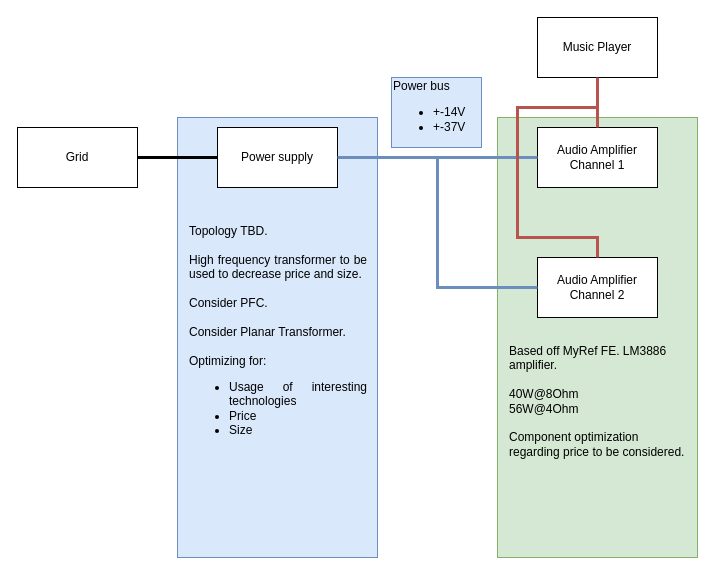
Before: Architecture/SystemArchitecture.drawio in murgui/AudioAmpli, a draw.io diagram. Source tidied: cells renumbered, new cells numbered last; positions are measured from the earlier drawing's top-left corner, leaving out a move shared by most shapes. Both pictures are drawn from the tidied source at 100%, with x=0, y=0 at pixel (17, 17).
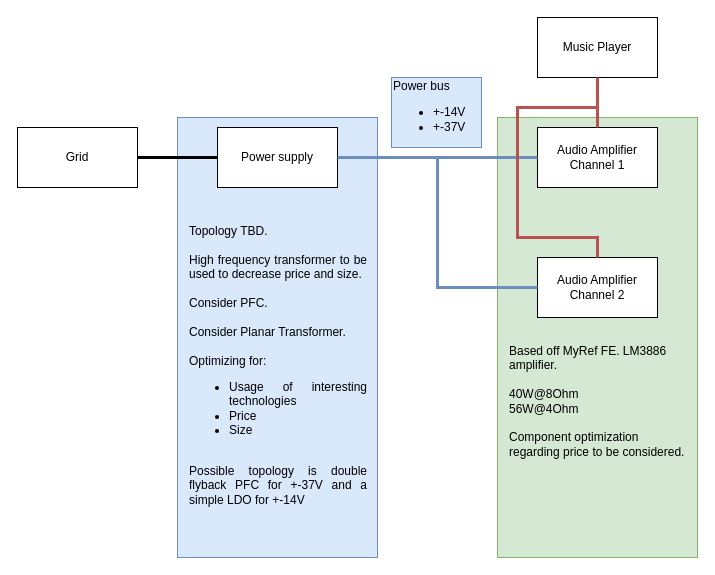
The same page after the edit.

Commit message:
added possible topology for input converter

The edit, as a diff of the source:
```diff
@@
-    <mxCell id="13" value="&lt;div align=&quot;justify&quot;&gt;Topology TBD.&lt;/div&gt;&lt;div align=&quot;justify&quot;&gt;&lt;br&gt;&lt;/div&gt;&lt;div align=&quot;justify&quot;&gt;High frequency transformer to be used to decrease price and size.&lt;/div&gt;&lt;div align=&quot;justify&quot;&gt;&lt;br&gt;&lt;/div&gt;&lt;div align=&quot;justify&quot;&gt;Consider PFC.&lt;/div&gt;&lt;div align=&quot;justify&quot;&gt;&lt;br&gt;&lt;/div&gt;&lt;div align=&quot;justify&quot;&gt;Consider Planar Transformer.&lt;/div&gt;&lt;div align=&quot;justify&quot;&gt;&lt;br&gt;&lt;/div&gt;&lt;div align=&quot;justify&quot;&gt;Optimizing for:&lt;/div&gt;&lt;div align=&quot;justify&quot;&gt;&lt;ul&gt;&lt;li&gt;Usage of interesting technologies&lt;/li&gt;&lt;li&gt;Price&lt;/li&gt;&lt;li&gt;Size&lt;/li&gt;&lt;/ul&gt;&lt;/div&gt;&lt;div&gt;&lt;br&gt;&lt;/div&gt;&lt;div&gt;&lt;br&gt;&lt;/div&gt;" style="text;html=1;strokeColor=none;fillColor=none;align=left;verticalAlign=top;whiteSpace=wrap;rounded=0;" parent="1" vertex="1">
+    <mxCell id="13" value="&lt;div align=&quot;justify&quot;&gt;Topology TBD.&lt;/div&gt;&lt;div align=&quot;justify&quot;&gt;&lt;br&gt;&lt;/div&gt;&lt;div align=&quot;justify&quot;&gt;High frequency transformer to be used to decrease price and size.&lt;/div&gt;&lt;div align=&quot;justify&quot;&gt;&lt;br&gt;&lt;/div&gt;&lt;div align=&quot;justify&quot;&gt;Consider PFC.&lt;/div&gt;&lt;div align=&quot;justify&quot;&gt;&lt;br&gt;&lt;/div&gt;&lt;div align=&quot;justify&quot;&gt;Consider Planar Transformer.&lt;/div&gt;&lt;div align=&quot;justify&quot;&gt;&lt;br&gt;&lt;/div&gt;&lt;div align=&quot;justify&quot;&gt;Optimizing for:&lt;/div&gt;&lt;div align=&quot;justify&quot;&gt;&lt;ul&gt;&lt;li&gt;Usage of interesting technologies&lt;/li&gt;&lt;li&gt;Price&lt;/li&gt;&lt;li&gt;Size&lt;/li&gt;&lt;/ul&gt;&lt;/div&gt;&lt;div&gt;&lt;br&gt;&lt;/div&gt;&lt;div&gt;&lt;div align=&quot;justify&quot;&gt;Possible topology is double flyback PFC for +-37V and a simple LDO for +-14V&lt;br&gt;&lt;/div&gt;&lt;div&gt;&lt;br&gt;&lt;/div&gt;&lt;div&gt;&lt;br&gt;&lt;/div&gt;&lt;/div&gt;&lt;div&gt;&lt;br&gt;&lt;/div&gt;" style="text;html=1;strokeColor=none;fillColor=none;align=left;verticalAlign=top;whiteSpace=wrap;rounded=0;" parent="1" vertex="1">
       <mxGeometry x="170" y="200" width="180" height="330" as="geometry" />
     </mxCell>
```
